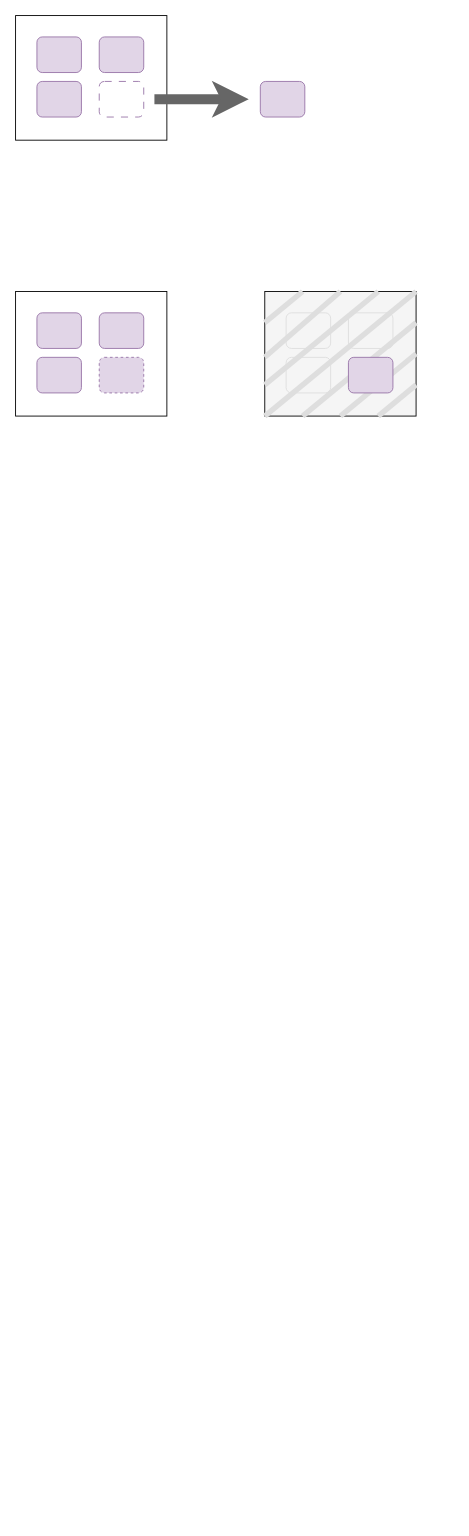
Before: page "arquitetura" (3 of 4) of estudos-geral.drawio in PauloLoboNeto/draws, a draw.io diagram. Source tidied: cells renumbered, new cells numbered last; positions are measured from the earlier drawing's top-left corner, leaving out a move shared by most shapes. Both pictures are drawn from the tidied source at 89%, with x=0, y=0 at pixel (15, 15).
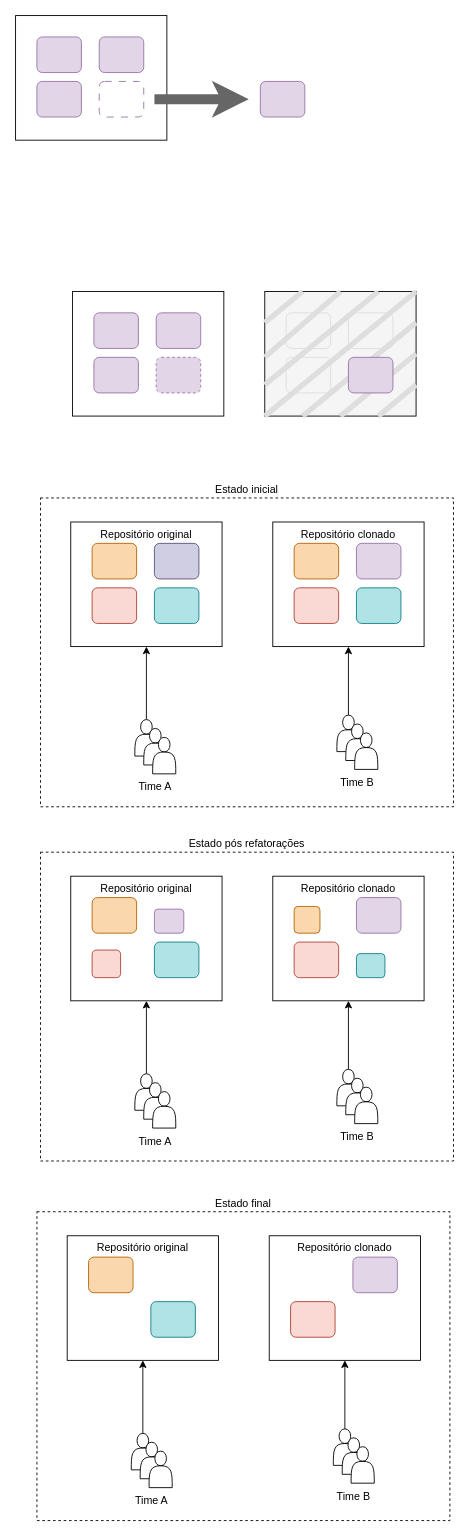
Above is the later version.

What changed in the source:
```diff
@@
+    <mxCell id="26" value="Estado inicial" style="rounded=0;whiteSpace=wrap;html=1;dashed=1;verticalAlign=bottom;labelPosition=center;verticalLabelPosition=top;align=center;" parent="1" vertex="1">
+      <mxGeometry x="28" y="542" width="464" height="347" as="geometry" />
+    </mxCell>
@@
     <mxCell id="3" style="rounded=0;whiteSpace=wrap;html=1;" parent="1" vertex="1">
-      <mxGeometry y="310" width="170" height="140" as="geometry" />
+      <mxGeometry x="64" y="310" width="170" height="140" as="geometry" />
     </mxCell>
     <mxCell id="4" style="rounded=1;whiteSpace=wrap;html=1;fillColor=#e1d5e7;strokeColor=#9673a6;" parent="1" vertex="1">
-      <mxGeometry x="24" y="334" width="50" height="40" as="geometry" />
+      <mxGeometry x="88" y="334" width="50" height="40" as="geometry" />
     </mxCell>
     <mxCell id="5" style="rounded=1;whiteSpace=wrap;html=1;fillColor=#e1d5e7;strokeColor=#9673a6;" parent="1" vertex="1">
-      <mxGeometry x="94" y="334" width="50" height="40" as="geometry" />
+      <mxGeometry x="158" y="334" width="50" height="40" as="geometry" />
     </mxCell>
     <mxCell id="6" style="rounded=1;whiteSpace=wrap;html=1;fillColor=#e1d5e7;strokeColor=#9673a6;" parent="1" vertex="1">
-      <mxGeometry x="24" y="384" width="50" height="40" as="geometry" />
+      <mxGeometry x="88" y="384" width="50" height="40" as="geometry" />
     </mxCell>
     <mxCell id="7" style="rounded=1;whiteSpace=wrap;html=1;fillColor=#e1d5e7;strokeColor=#9673a6;dashed=1;" parent="1" vertex="1">
-      <mxGeometry x="94" y="384" width="50" height="40" as="geometry" />
+      <mxGeometry x="158" y="384" width="50" height="40" as="geometry" />
     </mxCell>
@@
+    <mxCell id="27" value="Repositório original" style="rounded=0;whiteSpace=wrap;html=1;verticalAlign=top;" parent="1" vertex="1">
+      <mxGeometry x="62" y="569" width="170" height="140" as="geometry" />
+    </mxCell>
+    <mxCell id="28" style="rounded=1;whiteSpace=wrap;html=1;fillColor=#fad7ac;strokeColor=#b46504;" parent="1" vertex="1">
+      <mxGeometry x="86" y="593" width="50" height="40" as="geometry" />
+    </mxCell>
+    <mxCell id="29" style="rounded=1;whiteSpace=wrap;html=1;fillColor=#d0cee2;strokeColor=#56517e;" parent="1" vertex="1">
+      <mxGeometry x="156" y="593" width="50" height="40" as="geometry" />
+    </mxCell>
+    <mxCell id="30" style="rounded=1;whiteSpace=wrap;html=1;fillColor=#fad9d5;strokeColor=#ae4132;" parent="1" vertex="1">
+      <mxGeometry x="86" y="643" width="50" height="40" as="geometry" />
+    </mxCell>
+    <mxCell id="31" style="rounded=1;whiteSpace=wrap;html=1;fillColor=#b0e3e6;strokeColor=#0e8088;" parent="1" vertex="1">
+      <mxGeometry x="156" y="643" width="50" height="40" as="geometry" />
+    </mxCell>
+    <mxCell id="32" style="edgeStyle=orthogonalEdgeStyle;rounded=0;jettySize=auto;html=1;entryX=0.5;entryY=1;entryDx=0;entryDy=0;" parent="1" edge="1" source="33" target="27">
+      <mxGeometry relative="1" as="geometry" />
+    </mxCell>
+    <mxCell id="33" style="shape=actor;whiteSpace=wrap;html=1;" parent="1" vertex="1">
+      <mxGeometry x="134" y="791" width="26" height="41" as="geometry" />
+    </mxCell>
+    <mxCell id="34" style="shape=actor;whiteSpace=wrap;html=1;" parent="1" vertex="1">
+      <mxGeometry x="144" y="801" width="26" height="41" as="geometry" />
+    </mxCell>
+    <mxCell id="35" style="shape=actor;whiteSpace=wrap;html=1;" parent="1" vertex="1">
+      <mxGeometry x="154" y="811" width="26" height="41" as="geometry" />
+    </mxCell>
+    <mxCell id="36" value="Time A" style="text;html=1;align=center;verticalAlign=middle;whiteSpace=wrap;rounded=0;" parent="1" vertex="1">
+      <mxGeometry x="127" y="852" width="60" height="30" as="geometry" />
+    </mxCell>
+    <mxCell id="37" style="edgeStyle=orthogonalEdgeStyle;rounded=0;jettySize=auto;html=1;" parent="1" edge="1" source="38" target="42">
+      <mxGeometry relative="1" as="geometry" />
+    </mxCell>
+    <mxCell id="38" style="shape=actor;whiteSpace=wrap;html=1;" parent="1" vertex="1">
+      <mxGeometry x="361" y="786" width="26" height="41" as="geometry" />
+    </mxCell>
+    <mxCell id="39" style="shape=actor;whiteSpace=wrap;html=1;" parent="1" vertex="1">
+      <mxGeometry x="371" y="796" width="26" height="41" as="geometry" />
+    </mxCell>
+    <mxCell id="40" style="shape=actor;whiteSpace=wrap;html=1;" parent="1" vertex="1">
+      <mxGeometry x="381" y="806" width="26" height="41" as="geometry" />
+    </mxCell>
+    <mxCell id="41" value="Time B" style="text;html=1;align=center;verticalAlign=middle;whiteSpace=wrap;rounded=0;" parent="1" vertex="1">
+      <mxGeometry x="354" y="847" width="60" height="30" as="geometry" />
+    </mxCell>
+    <mxCell id="42" value="Repositório clonado" style="rounded=0;whiteSpace=wrap;html=1;verticalAlign=top;" parent="1" vertex="1">
+      <mxGeometry x="289" y="569" width="170" height="140" as="geometry" />
+    </mxCell>
+    <mxCell id="43" style="rounded=1;whiteSpace=wrap;html=1;fillColor=#fad7ac;strokeColor=#b46504;" parent="1" vertex="1">
+      <mxGeometry x="313" y="593" width="50" height="40" as="geometry" />
+    </mxCell>
+    <mxCell id="44" style="rounded=1;whiteSpace=wrap;html=1;fillColor=#e1d5e7;strokeColor=#9673a6;" parent="1" vertex="1">
+      <mxGeometry x="383" y="593" width="50" height="40" as="geometry" />
+    </mxCell>
+    <mxCell id="45" style="rounded=1;whiteSpace=wrap;html=1;fillColor=#fad9d5;strokeColor=#ae4132;" parent="1" vertex="1">
+      <mxGeometry x="313" y="643" width="50" height="40" as="geometry" />
+    </mxCell>
+    <mxCell id="46" style="rounded=1;whiteSpace=wrap;html=1;fillColor=#b0e3e6;strokeColor=#0e8088;" parent="1" vertex="1">
+      <mxGeometry x="383" y="643" width="50" height="40" as="geometry" />
+    </mxCell>
+    <mxCell id="47" value="Estado pós refatorações" style="rounded=0;whiteSpace=wrap;html=1;dashed=1;verticalAlign=bottom;labelPosition=center;verticalLabelPosition=top;align=center;" parent="1" vertex="1">
+      <mxGeometry x="28" y="940" width="464" height="347" as="geometry" />
+    </mxCell>
+    <mxCell id="48" value="Repositório original" style="rounded=0;whiteSpace=wrap;html=1;verticalAlign=top;" parent="1" vertex="1">
+      <mxGeometry x="62" y="967" width="170" height="140" as="geometry" />
+    </mxCell>
+    <mxCell id="49" style="rounded=1;whiteSpace=wrap;html=1;fillColor=#fad7ac;strokeColor=#b46504;" parent="1" vertex="1">
+      <mxGeometry x="86" y="991" width="50" height="40" as="geometry" />
+    </mxCell>
+    <mxCell id="50" style="rounded=1;whiteSpace=wrap;html=1;fillColor=#e1d5e7;strokeColor=#9673a6;" parent="1" vertex="1">
+      <mxGeometry x="156" y="1004" width="33" height="27" as="geometry" />
+    </mxCell>
+    <mxCell id="51" style="rounded=1;whiteSpace=wrap;html=1;fillColor=#fad9d5;strokeColor=#ae4132;" parent="1" vertex="1">
+      <mxGeometry x="86" y="1050" width="32" height="31" as="geometry" />
+    </mxCell>
+    <mxCell id="52" style="rounded=1;whiteSpace=wrap;html=1;fillColor=#b0e3e6;strokeColor=#0e8088;" parent="1" vertex="1">
+      <mxGeometry x="156" y="1041" width="50" height="40" as="geometry" />
+    </mxCell>
+    <mxCell id="53" style="edgeStyle=orthogonalEdgeStyle;rounded=0;jettySize=auto;html=1;entryX=0.5;entryY=1;entryDx=0;entryDy=0;" parent="1" edge="1" source="54" target="48">
+      <mxGeometry relative="1" as="geometry" />
+    </mxCell>
+    <mxCell id="54" style="shape=actor;whiteSpace=wrap;html=1;" parent="1" vertex="1">
+      <mxGeometry x="134" y="1189" width="26" height="41" as="geometry" />
+    </mxCell>
+    <mxCell id="55" style="shape=actor;whiteSpace=wrap;html=1;" parent="1" vertex="1">
+      <mxGeometry x="144" y="1199" width="26" height="41" as="geometry" />
+    </mxCell>
+    <mxCell id="56" style="shape=actor;whiteSpace=wrap;html=1;" parent="1" vertex="1">
+      <mxGeometry x="154" y="1209" width="26" height="41" as="geometry" />
+    </mxCell>
+    <mxCell id="57" value="Time A" style="text;html=1;align=center;verticalAlign=middle;whiteSpace=wrap;rounded=0;" parent="1" vertex="1">
+      <mxGeometry x="127" y="1250" width="60" height="30" as="geometry" />
+    </mxCell>
+    <mxCell id="58" style="edgeStyle=orthogonalEdgeStyle;rounded=0;jettySize=auto;html=1;" parent="1" edge="1" source="59" target="63">
+      <mxGeometry relative="1" as="geometry" />
+    </mxCell>
+    <mxCell id="59" style="shape=actor;whiteSpace=wrap;html=1;" parent="1" vertex="1">
+      <mxGeometry x="361" y="1184" width="26" height="41" as="geometry" />
+    </mxCell>
+    <mxCell id="60" style="shape=actor;whiteSpace=wrap;html=1;" parent="1" vertex="1">
+      <mxGeometry x="371" y="1194" width="26" height="41" as="geometry" />
+    </mxCell>
+    <mxCell id="61" style="shape=actor;whiteSpace=wrap;html=1;" parent="1" vertex="1">
+      <mxGeometry x="381" y="1204" width="26" height="41" as="geometry" />
+    </mxCell>
+    <mxCell id="62" value="Time B" style="text;html=1;align=center;verticalAlign=middle;whiteSpace=wrap;rounded=0;" parent="1" vertex="1">
+      <mxGeometry x="354" y="1245" width="60" height="30" as="geometry" />
+    </mxCell>
+    <mxCell id="63" value="Repositório clonado" style="rounded=0;whiteSpace=wrap;html=1;verticalAlign=top;" parent="1" vertex="1">
+      <mxGeometry x="289" y="967" width="170" height="140" as="geometry" />
+    </mxCell>
+    <mxCell id="64" style="rounded=1;whiteSpace=wrap;html=1;fillColor=#fad7ac;strokeColor=#b46504;" parent="1" vertex="1">
+      <mxGeometry x="313" y="1001" width="29" height="30" as="geometry" />
+    </mxCell>
+    <mxCell id="65" style="rounded=1;whiteSpace=wrap;html=1;fillColor=#e1d5e7;strokeColor=#9673a6;" parent="1" vertex="1">
+      <mxGeometry x="383" y="991" width="50" height="40" as="geometry" />
+    </mxCell>
+    <mxCell id="66" style="rounded=1;whiteSpace=wrap;html=1;fillColor=#fad9d5;strokeColor=#ae4132;" parent="1" vertex="1">
+      <mxGeometry x="313" y="1041" width="50" height="40" as="geometry" />
+    </mxCell>
+    <mxCell id="67" style="rounded=1;whiteSpace=wrap;html=1;fillColor=#b0e3e6;strokeColor=#0e8088;" parent="1" vertex="1">
+      <mxGeometry x="383" y="1054" width="32" height="27" as="geometry" />
+    </mxCell>
+    <mxCell id="68" value="Estado final" style="rounded=0;whiteSpace=wrap;html=1;dashed=1;verticalAlign=bottom;labelPosition=center;verticalLabelPosition=top;align=center;" parent="1" vertex="1">
+      <mxGeometry x="24" y="1344" width="464" height="347" as="geometry" />
+    </mxCell>
+    <mxCell id="69" value="Repositório original" style="rounded=0;whiteSpace=wrap;html=1;verticalAlign=top;" parent="1" vertex="1">
+      <mxGeometry x="58" y="1371" width="170" height="140" as="geometry" />
+    </mxCell>
+    <mxCell id="70" style="rounded=1;whiteSpace=wrap;html=1;fillColor=#fad7ac;strokeColor=#b46504;" parent="1" vertex="1">
+      <mxGeometry x="82" y="1395" width="50" height="40" as="geometry" />
+    </mxCell>
+    <mxCell id="71" style="rounded=1;whiteSpace=wrap;html=1;fillColor=#b0e3e6;strokeColor=#0e8088;" parent="1" vertex="1">
+      <mxGeometry x="152" y="1445" width="50" height="40" as="geometry" />
+    </mxCell>
+    <mxCell id="72" style="edgeStyle=orthogonalEdgeStyle;rounded=0;jettySize=auto;html=1;entryX=0.5;entryY=1;entryDx=0;entryDy=0;" parent="1" edge="1" source="73" target="69">
+      <mxGeometry relative="1" as="geometry" />
+    </mxCell>
+    <mxCell id="73" style="shape=actor;whiteSpace=wrap;html=1;" parent="1" vertex="1">
+      <mxGeometry x="130" y="1593" width="26" height="41" as="geometry" />
+    </mxCell>
+    <mxCell id="74" style="shape=actor;whiteSpace=wrap;html=1;" parent="1" vertex="1">
+      <mxGeometry x="140" y="1603" width="26" height="41" as="geometry" />
+    </mxCell>
+    <mxCell id="75" style="shape=actor;whiteSpace=wrap;html=1;" parent="1" vertex="1">
+      <mxGeometry x="150" y="1613" width="26" height="41" as="geometry" />
+    </mxCell>
+    <mxCell id="76" value="Time A" style="text;html=1;align=center;verticalAlign=middle;whiteSpace=wrap;rounded=0;" parent="1" vertex="1">
+      <mxGeometry x="123" y="1654" width="60" height="30" as="geometry" />
+    </mxCell>
+    <mxCell id="77" style="edgeStyle=orthogonalEdgeStyle;rounded=0;jettySize=auto;html=1;" parent="1" edge="1" source="78" target="82">
+      <mxGeometry relative="1" as="geometry" />
+    </mxCell>
+    <mxCell id="78" style="shape=actor;whiteSpace=wrap;html=1;" parent="1" vertex="1">
+      <mxGeometry x="357" y="1588" width="26" height="41" as="geometry" />
+    </mxCell>
+    <mxCell id="79" style="shape=actor;whiteSpace=wrap;html=1;" parent="1" vertex="1">
+      <mxGeometry x="367" y="1598" width="26" height="41" as="geometry" />
+    </mxCell>
+    <mxCell id="80" style="shape=actor;whiteSpace=wrap;html=1;" parent="1" vertex="1">
+      <mxGeometry x="377" y="1608" width="26" height="41" as="geometry" />
+    </mxCell>
+    <mxCell id="81" value="Time B" style="text;html=1;align=center;verticalAlign=middle;whiteSpace=wrap;rounded=0;" parent="1" vertex="1">
+      <mxGeometry x="350" y="1649" width="60" height="30" as="geometry" />
+    </mxCell>
+    <mxCell id="82" value="Repositório clonado" style="rounded=0;whiteSpace=wrap;html=1;verticalAlign=top;" parent="1" vertex="1">
+      <mxGeometry x="285" y="1371" width="170" height="140" as="geometry" />
+    </mxCell>
+    <mxCell id="83" style="rounded=1;whiteSpace=wrap;html=1;fillColor=#e1d5e7;strokeColor=#9673a6;" parent="1" vertex="1">
+      <mxGeometry x="379" y="1395" width="50" height="40" as="geometry" />
+    </mxCell>
+    <mxCell id="84" style="rounded=1;whiteSpace=wrap;html=1;fillColor=#fad9d5;strokeColor=#ae4132;" parent="1" vertex="1">
+      <mxGeometry x="309" y="1445" width="50" height="40" as="geometry" />
+    </mxCell>
```
